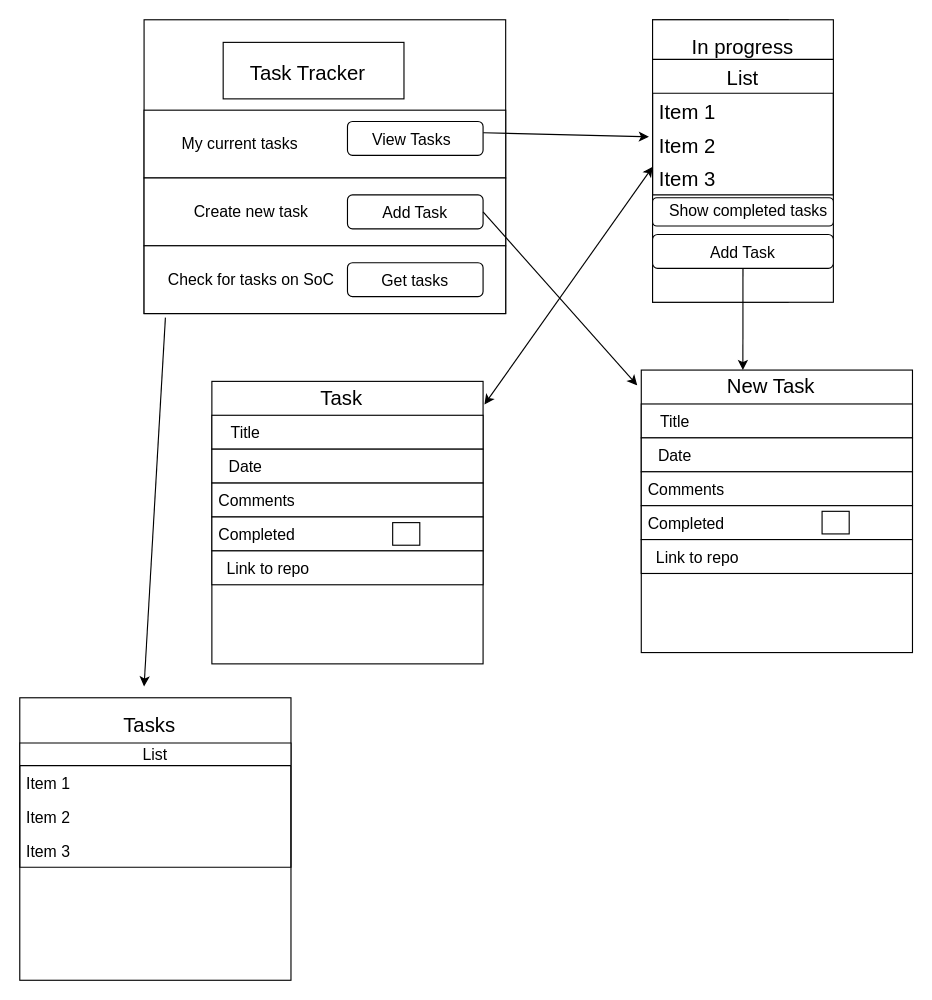
This is page "Main Component tree Diagram" (1 of 3) of plan.drawio from SchoolOfCode/national-project-week-room37, a draw.io file, before an edit. Source tidied: cells renumbered, new cells numbered last; positions are measured from the earlier drawing's top-left corner, leaving out a move shared by most shapes. Both pictures are drawn from the tidied source at 113%, with x=0, y=0 at pixel (19, 19).
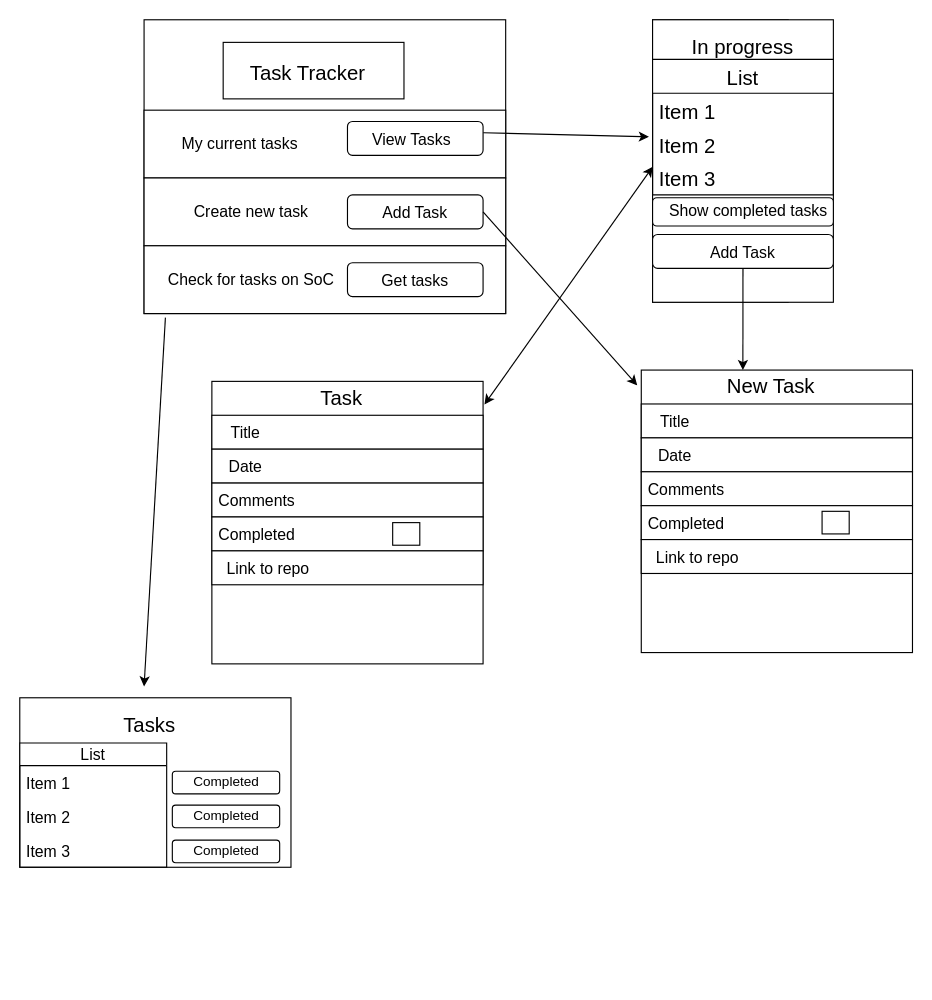
The same diagram, later.

Commit message:
component diagrams for task and main page

Change to the diagram source:
```diff
@@
     <mxCell id="53" style="rounded=0;whiteSpace=wrap;html=1;fontSize=14;" parent="1" vertex="1">
-      <mxGeometry y="600" width="240" height="250" as="geometry" />
+      <mxGeometry y="600" width="240" height="150" as="geometry" />
     </mxCell>
@@
     <mxCell id="58" value="List" style="swimlane;fontStyle=0;horizontal=1;startSize=20;fontSize=14;" parent="1" vertex="1">
-      <mxGeometry y="640" width="240" height="110" as="geometry" />
+      <mxGeometry y="640" width="130" height="110" as="geometry" />
     </mxCell>
     <mxCell id="59" value="Item 1" style="text;strokeColor=none;fillColor=none;align=left;verticalAlign=middle;spacingLeft=4;spacingRight=4;overflow=hidden;fontSize=14;" parent="58" vertex="1">
-      <mxGeometry y="20" width="240" height="30" as="geometry" />
+      <mxGeometry y="20" width="130" height="30" as="geometry" />
     </mxCell>
     <mxCell id="60" value="Item 2" style="text;strokeColor=none;fillColor=none;align=left;verticalAlign=middle;spacingLeft=4;spacingRight=4;overflow=hidden;fontSize=14;" parent="58" vertex="1">
-      <mxGeometry y="50" width="240" height="30" as="geometry" />
+      <mxGeometry y="50" width="130" height="30" as="geometry" />
     </mxCell>
     <mxCell id="61" value="Item 3" style="text;strokeColor=none;fillColor=none;align=left;verticalAlign=middle;spacingLeft=4;spacingRight=4;overflow=hidden;fontSize=14;" parent="58" vertex="1">
-      <mxGeometry y="80" width="240" height="30" as="geometry" />
+      <mxGeometry y="80" width="130" height="30" as="geometry" />
     </mxCell>
+    <mxCell id="62" style="rounded=1;whiteSpace=wrap;html=1;" parent="1" vertex="1">
+      <mxGeometry x="135" y="665" width="95" height="20" as="geometry" />
+    </mxCell>
+    <mxCell id="63" style="rounded=1;whiteSpace=wrap;html=1;" parent="1" vertex="1">
+      <mxGeometry x="135" y="695" width="95" height="20" as="geometry" />
+    </mxCell>
+    <mxCell id="64" style="rounded=1;whiteSpace=wrap;html=1;" parent="1" vertex="1">
+      <mxGeometry x="135" y="726" width="95" height="20" as="geometry" />
+    </mxCell>
+    <mxCell id="65" value="Completed" style="text;html=1;strokeColor=none;fillColor=none;align=center;verticalAlign=middle;whiteSpace=wrap;rounded=0;" parent="1" vertex="1">
+      <mxGeometry x="152.5" y="665" width="60" height="20" as="geometry" />
+    </mxCell>
+    <mxCell id="66" value="Completed" style="text;html=1;strokeColor=none;fillColor=none;align=center;verticalAlign=middle;whiteSpace=wrap;rounded=0;" parent="1" vertex="1">
+      <mxGeometry x="152.5" y="695" width="60" height="20" as="geometry" />
+    </mxCell>
+    <mxCell id="67" value="Completed" style="text;html=1;strokeColor=none;fillColor=none;align=center;verticalAlign=middle;whiteSpace=wrap;rounded=0;" parent="1" vertex="1">
+      <mxGeometry x="152.5" y="726" width="60" height="20" as="geometry" />
+    </mxCell>
```
